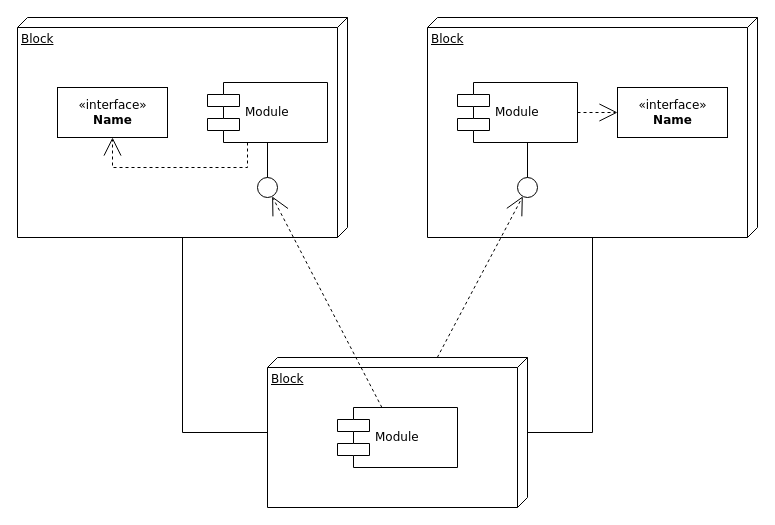
danielzerain/lt-banking keeps this draw.io diagram as page "Page-1" (1 of 2) of documentacion/vistaDesarrollo.drawio. Above is the earlier version. Source tidied: cells renumbered, new cells numbered last; positions are measured from the earlier drawing's top-left corner, leaving out a move shared by most shapes. Both pictures are drawn from the tidied source at 100%, with x=0, y=0 at pixel (17, 17).
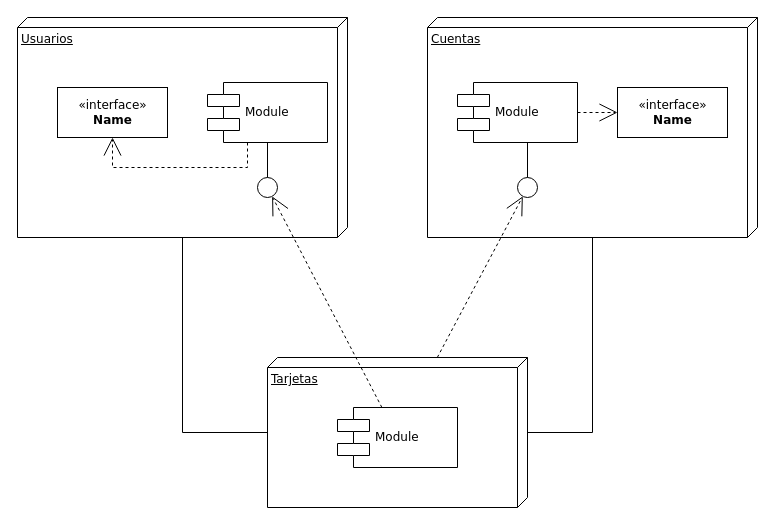
The same page after the edit.

Diff of the diagram source:
```diff
@@
-    <mxCell id="2" value="Block" style="verticalAlign=top;align=left;spacingTop=8;spacingLeft=2;spacingRight=12;shape=cube;size=10;direction=south;fontStyle=4;html=1;rounded=0;shadow=0;comic=0;labelBackgroundColor=none;strokeWidth=1;fontFamily=Verdana;fontSize=12;" parent="1" vertex="1">
+    <mxCell id="2" value="Usuarios" style="verticalAlign=top;align=left;spacingTop=8;spacingLeft=2;spacingRight=12;shape=cube;size=10;direction=south;fontStyle=4;html=1;rounded=0;shadow=0;comic=0;labelBackgroundColor=none;strokeWidth=1;fontFamily=Verdana;fontSize=12;" parent="1" vertex="1">
       <mxGeometry width="330" height="220" as="geometry" />
     </mxCell>
-    <mxCell id="3" value="Block" style="verticalAlign=top;align=left;spacingTop=8;spacingLeft=2;spacingRight=12;shape=cube;size=10;direction=south;fontStyle=4;html=1;rounded=0;shadow=0;comic=0;labelBackgroundColor=none;strokeWidth=1;fontFamily=Verdana;fontSize=12;" parent="1" vertex="1">
+    <mxCell id="3" value="Cuentas" style="verticalAlign=top;align=left;spacingTop=8;spacingLeft=2;spacingRight=12;shape=cube;size=10;direction=south;fontStyle=4;html=1;rounded=0;shadow=0;comic=0;labelBackgroundColor=none;strokeWidth=1;fontFamily=Verdana;fontSize=12;" parent="1" vertex="1">
       <mxGeometry x="410" width="330" height="220" as="geometry" />
     </mxCell>
-    <mxCell id="4" value="Block" style="verticalAlign=top;align=left;spacingTop=8;spacingLeft=2;spacingRight=12;shape=cube;size=10;direction=south;fontStyle=4;html=1;rounded=0;shadow=0;comic=0;labelBackgroundColor=none;strokeWidth=1;fontFamily=Verdana;fontSize=12;" parent="1" vertex="1">
+    <mxCell id="4" value="Tarjetas" style="verticalAlign=top;align=left;spacingTop=8;spacingLeft=2;spacingRight=12;shape=cube;size=10;direction=south;fontStyle=4;html=1;rounded=0;shadow=0;comic=0;labelBackgroundColor=none;strokeWidth=1;fontFamily=Verdana;fontSize=12;" parent="1" vertex="1">
       <mxGeometry x="250" y="340" width="260" height="150" as="geometry" />
     </mxCell>
```
